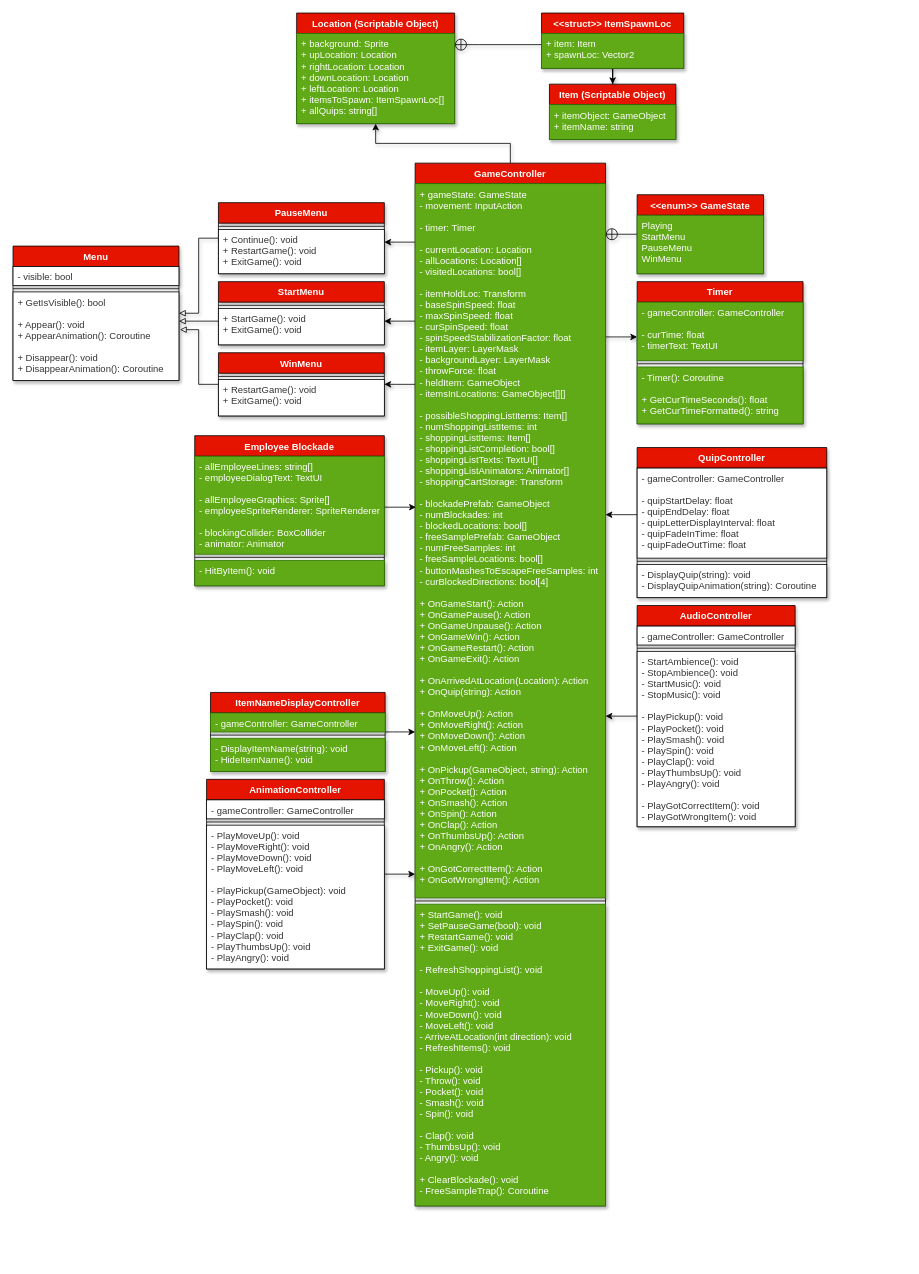
The draw.io diagram Trapped in Costco UML.drawio in BagelMaster5000/Trapped-In-Costco, before the edit. Source tidied: cells renumbered, new cells numbered last; positions are measured from the earlier drawing's top-left corner, leaving out a move shared by most shapes. Both pictures are drawn from the tidied source at 79%, with x=0, y=0 at pixel (13, 13).
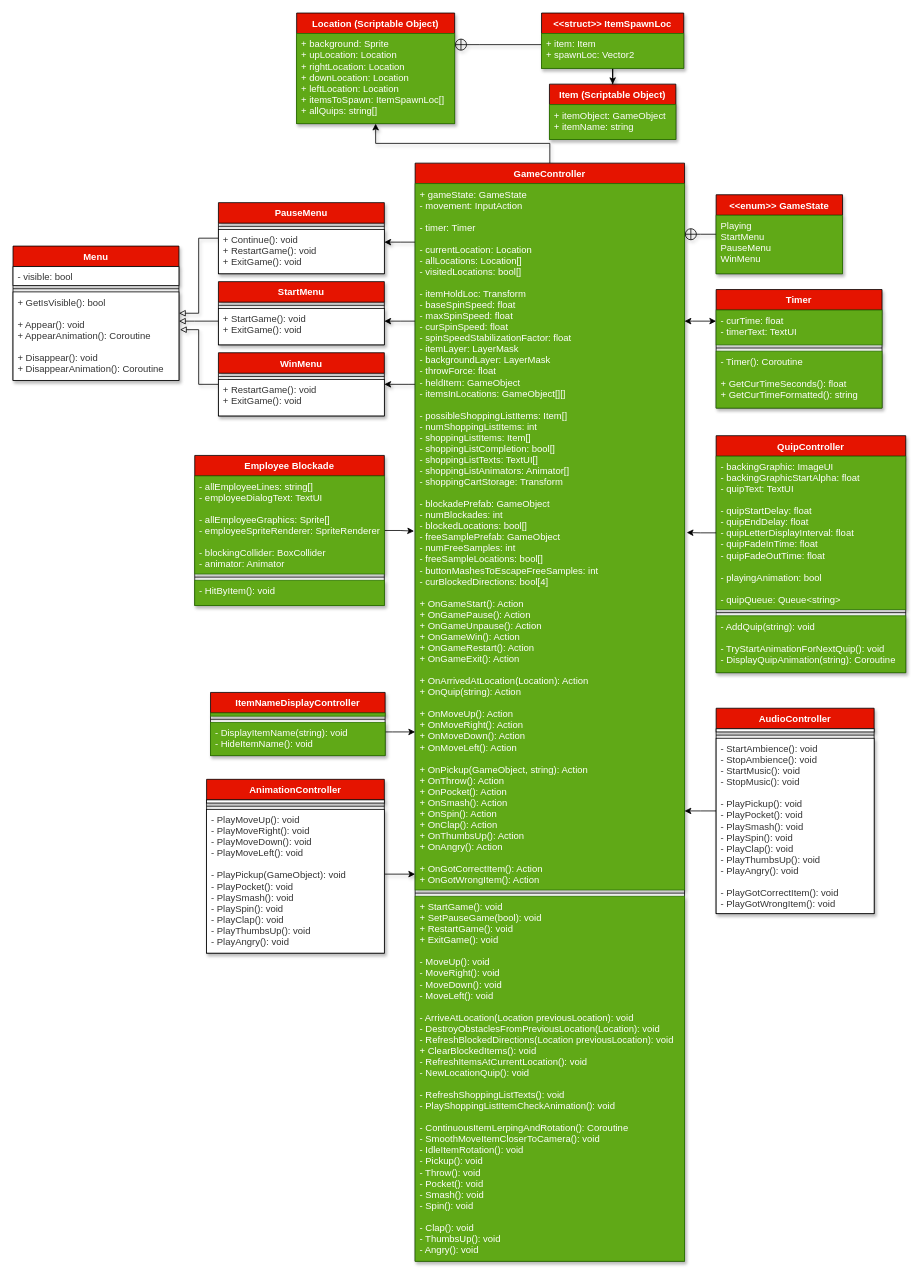
After the change.

Diff of the diagram source:
```diff
@@
-    <mxCell id="7" style="edgeStyle=orthogonalEdgeStyle;rounded=0;jettySize=auto;html=1;fillColor=#FFFFFF;labelBackgroundColor=none;labelBorderColor=none;shadow=1;" parent="1" edge="1" source="10" target="14">
-      <mxGeometry relative="1" as="geometry">
-        <Array as="points">
-          <mxPoint x="770" y="410" />
-          <mxPoint x="770" y="410" />
-        </Array>
-      </mxGeometry>
-    </mxCell>
     <mxCell id="8" style="edgeStyle=orthogonalEdgeStyle;rounded=0;jettySize=auto;html=1;endArrow=none;endFill=0;startArrow=circlePlus;startFill=0;fillColor=#FFFFFF;labelBackgroundColor=none;labelBorderColor=none;shadow=1;" parent="1" edge="1" source="10" target="46">
       <mxGeometry relative="1" as="geometry">
         <Array as="points">
-          <mxPoint x="770" y="280" />
-          <mxPoint x="770" y="280" />
+          <mxPoint x="870" y="280" />
+          <mxPoint x="870" y="280" />
         </Array>
       </mxGeometry>
     </mxCell>
@@
     <mxCell id="10" value="GameController" style="swimlane;fontStyle=1;align=center;verticalAlign=top;horizontal=1;startSize=26;fillColor=#e51400;labelBackgroundColor=none;labelBorderColor=none;shadow=1;fontColor=#ffffff;" parent="1" vertex="1">
-      <mxGeometry x="509" y="190" width="241" height="1320" as="geometry" />
+      <mxGeometry x="509" y="190" width="341" height="1390" as="geometry" />
     </mxCell>
     <mxCell id="11" value="+ gameState: GameState&#10;- movement: InputAction&#10;&#10;- timer: Timer&#10;&#10;- currentLocation: Location&#10;- allLocations: Location[]&#10;- visitedLocations: bool[]&#10;&#10;- itemHoldLoc: Transform&#10;- baseSpinSpeed: float&#10;- maxSpinSpeed: float&#10;- curSpinSpeed: float&#10;- spinSpeedStabilizationFactor: float&#10;- itemLayer: LayerMask&#10;- backgroundLayer: LayerMask&#10;- throwForce: float&#10;- heldItem: GameObject&#10;- itemsInLocations: GameObject[][]&#10;&#10;- possibleShoppingListItems: Item[]&#10;- numShoppingListItems: int&#10;- shoppingListItems: Item[]&#10;- shoppingListCompletion: bool[]&#10;- shoppingListTexts: TextUI[]&#10;- shoppingListAnimators: Animator[]&#10;- shoppingCartStorage: Transform&#10;&#10;- blockadePrefab: GameObject&#10;- numBlockades: int&#10;- blockedLocations: bool[]&#10;- freeSamplePrefab: GameObject&#10;- numFreeSamples: int&#10;- freeSampleLocations: bool[]&#10;- buttonMashesToEscapeFreeSamples: int&#10;- curBlockedDirections: bool[4]&#10;&#10;+ OnGameStart(): Action&#10;+ OnGamePause(): Action&#10;+ OnGameUnpause(): Action&#10;+ OnGameWin(): Action&#10;+ OnGameRestart(): Action&#10;+ OnGameExit(): Action&#10;&#10;+ OnArrivedAtLocation(Location): Action&#10;+ OnQuip(string): Action&#10;&#10;+ OnMoveUp(): Action&#10;+ OnMoveRight(): Action&#10;+ OnMoveDown(): Action&#10;+ OnMoveLeft(): Action&#10;&#10;+ OnPickup(GameObject, string): Action&#10;+ OnThrow(): Action&#10;+ OnPocket(): Action&#10;+ OnSmash(): Action&#10;+ OnSpin(): Action&#10;+ OnClap(): Action&#10;+ OnThumbsUp(): Action&#10;+ OnAngry(): Action&#10;&#10;+ OnGotCorrectItem(): Action&#10;+ OnGotWrongItem(): Action&#10;" style="text;align=left;verticalAlign=top;spacingLeft=4;spacingRight=4;overflow=hidden;points=[[0,0.5],[1,0.5]];portConstraint=eastwest;labelBackgroundColor=none;labelBorderColor=none;shadow=1;fillColor=#60a917;fontColor=#ffffff;strokeColor=#2D7600;" parent="10" vertex="1">
-      <mxGeometry y="26" width="241" height="904" as="geometry" />
+      <mxGeometry y="26" width="341" height="894" as="geometry" />
     </mxCell>
     <mxCell id="12" style="line;strokeWidth=1;align=left;verticalAlign=middle;spacingTop=-1;spacingLeft=3;spacingRight=3;labelPosition=right;fillColor=#FFFFFF;labelBackgroundColor=none;labelBorderColor=none;fontColor=#333333;shadow=1;" parent="10" vertex="1">
-      <mxGeometry y="930" width="241" height="8" as="geometry" />
+      <mxGeometry y="920" width="341" height="8" as="geometry" />
     </mxCell>
-    <mxCell id="13" value="+ StartGame(): void&#10;+ SetPauseGame(bool): void&#10;+ RestartGame(): void&#10;+ ExitGame(): void&#10;&#10;- RefreshShoppingList(): void&#10;&#10;- MoveUp(): void&#10;- MoveRight(): void&#10;- MoveDown(): void&#10;- MoveLeft(): void&#10;- ArriveAtLocation(int direction): void&#10;- RefreshItems(): void&#10;&#10;- Pickup(): void&#10;- Throw(): void&#10;- Pocket(): void&#10;- Smash(): void&#10;- Spin(): void&#10;&#10;- Clap(): void&#10;- ThumbsUp(): void&#10;- Angry(): void&#10;&#10;+ ClearBlockade(): void&#10;- FreeSampleTrap(): Coroutine" style="text;align=left;verticalAlign=top;spacingLeft=4;spacingRight=4;overflow=hidden;labelBackgroundColor=none;labelBorderColor=none;shadow=1;fillColor=#60a917;fontColor=#ffffff;strokeColor=#2D7600;" parent="10" vertex="1">
-      <mxGeometry y="938" width="241" height="382" as="geometry" />
+    <mxCell id="13" value="+ StartGame(): void&#10;+ SetPauseGame(bool): void&#10;+ RestartGame(): void&#10;+ ExitGame(): void&#10;&#10;- MoveUp(): void&#10;- MoveRight(): void&#10;- MoveDown(): void&#10;- MoveLeft(): void&#10;&#10;- ArriveAtLocation(Location previousLocation): void&#10;- DestroyObstaclesFromPreviousLocation(Location): void&#10;- RefreshBlockedDirections(Location previousLocation): void&#10;+ ClearBlockedItems(): void&#10;- RefreshItemsAtCurrentLocation(): void&#10;- NewLocationQuip(): void&#10;&#10;- RefreshShoppingListTexts(): void&#10;- PlayShoppingListItemCheckAnimation(): void&#10;&#10;- ContinuousItemLerpingAndRotation(): Coroutine&#10;- SmoothMoveItemCloserToCamera(): void&#10;- IdleItemRotation(): void&#10;- Pickup(): void&#10;- Throw(): void&#10;- Pocket(): void&#10;- Smash(): void&#10;- Spin(): void&#10;&#10;- Clap(): void&#10;- ThumbsUp(): void&#10;- Angry(): void" style="text;align=left;verticalAlign=top;spacingLeft=4;spacingRight=4;overflow=hidden;labelBackgroundColor=none;labelBorderColor=none;shadow=1;fillColor=#60a917;fontColor=#ffffff;strokeColor=#2D7600;" parent="10" vertex="1">
+      <mxGeometry y="928" width="341" height="462" as="geometry" />
     </mxCell>
     <mxCell id="14" value="Timer" style="swimlane;fontStyle=1;align=center;verticalAlign=top;horizontal=1;startSize=26;fillColor=#e51400;labelBackgroundColor=none;labelBorderColor=none;shadow=1;fontColor=#ffffff;" parent="1" vertex="1">
-      <mxGeometry x="790" y="340" width="210" height="180" as="geometry" />
+      <mxGeometry x="890" y="350" width="210" height="150" as="geometry" />
     </mxCell>
-    <mxCell id="15" value="- gameController: GameController&#10;&#10;- curTime: float&#10;- timerText: TextUI" style="text;align=left;verticalAlign=top;spacingLeft=4;spacingRight=4;overflow=hidden;points=[[0,0.5],[1,0.5]];portConstraint=eastwest;fillColor=#60a917;labelBackgroundColor=none;labelBorderColor=none;shadow=1;strokeColor=#2D7600;fontColor=#ffffff;" parent="14" vertex="1">
-      <mxGeometry y="26" width="210" height="74" as="geometry" />
+    <mxCell id="15" value="- curTime: float&#10;- timerText: TextUI" style="text;align=left;verticalAlign=top;spacingLeft=4;spacingRight=4;overflow=hidden;points=[[0,0.5],[1,0.5]];portConstraint=eastwest;fillColor=#60a917;labelBackgroundColor=none;labelBorderColor=none;shadow=1;strokeColor=#2D7600;fontColor=#ffffff;" parent="14" vertex="1">
+      <mxGeometry y="26" width="210" height="44" as="geometry" />
     </mxCell>
     <mxCell id="16" style="line;strokeWidth=1;align=left;verticalAlign=middle;spacingTop=-1;spacingLeft=3;spacingRight=3;labelPosition=right;fillColor=#FFFFFF;labelBackgroundColor=none;labelBorderColor=none;fontColor=#333333;shadow=1;" parent="14" vertex="1">
-      <mxGeometry y="100" width="210" height="8" as="geometry" />
+      <mxGeometry y="70" width="210" height="8" as="geometry" />
     </mxCell>
     <mxCell id="17" value="- Timer(): Coroutine&#10;&#10;+ GetCurTimeSeconds(): float&#10;+ GetCurTimeFormatted(): string" style="text;align=left;verticalAlign=top;spacingLeft=4;spacingRight=4;overflow=hidden;fillColor=#60a917;labelBackgroundColor=none;labelBorderColor=none;shadow=1;strokeColor=#2D7600;fontColor=#ffffff;" parent="14" vertex="1">
-      <mxGeometry y="108" width="210" height="72" as="geometry" />
+      <mxGeometry y="78" width="210" height="72" as="geometry" />
     </mxCell>
@@
-    <mxCell id="33" style="edgeStyle=orthogonalEdgeStyle;rounded=0;jettySize=auto;html=1;shadow=1;labelBackgroundColor=none;startArrow=none;startFill=0;endArrow=classic;endFill=1;fillColor=#FFFFFF;" parent="1" edge="1" source="34" target="10">
-      <mxGeometry relative="1" as="geometry">
-        <Array as="points">
-          <mxPoint x="760" y="890" />
-          <mxPoint x="760" y="890" />
-        </Array>
-      </mxGeometry>
-    </mxCell>
+    <mxCell id="67" style="edgeStyle=orthogonalEdgeStyle;rounded=0;jettySize=auto;html=1;startArrow=none;startFill=0;" parent="1" edge="1" source="34">
+      <mxGeometry relative="1" as="geometry">
+        <mxPoint x="850" y="1010" as="targetPoint" />
+      </mxGeometry>
+    </mxCell>
     <mxCell id="34" value="AudioController" style="swimlane;fontStyle=1;align=center;verticalAlign=top;horizontal=1;startSize=26;fillColor=#e51400;labelBackgroundColor=none;labelBorderColor=none;shadow=1;fontColor=#ffffff;" parent="1" vertex="1">
-      <mxGeometry x="790" y="750" width="200" height="280" as="geometry" />
+      <mxGeometry x="890" y="880" width="200" height="260" as="geometry" />
     </mxCell>
-    <mxCell id="35" value="- gameController: GameController" style="text;align=left;verticalAlign=top;spacingLeft=4;spacingRight=4;overflow=hidden;fillColor=#FFFFFF;labelBackgroundColor=none;labelBorderColor=none;fontColor=#333333;shadow=1;strokeColor=#000000;" parent="34" vertex="1">
-      <mxGeometry y="26" width="200" height="24" as="geometry" />
+    <mxCell id="35" style="text;align=left;verticalAlign=top;spacingLeft=4;spacingRight=4;overflow=hidden;fillColor=#FFFFFF;labelBackgroundColor=none;labelBorderColor=none;fontColor=#333333;shadow=1;strokeColor=#000000;" parent="34" vertex="1">
+      <mxGeometry y="26" width="200" height="4" as="geometry" />
     </mxCell>
     <mxCell id="36" style="line;strokeWidth=1;align=left;verticalAlign=middle;spacingTop=-1;spacingLeft=3;spacingRight=3;labelPosition=right;fillColor=#FFFFFF;labelBackgroundColor=none;labelBorderColor=none;fontColor=#333333;shadow=1;" parent="34" vertex="1">
-      <mxGeometry y="50" width="200" height="8" as="geometry" />
+      <mxGeometry y="30" width="200" height="8" as="geometry" />
     </mxCell>
     <mxCell id="37" value="- StartAmbience(): void&#10;- StopAmbience(): void&#10;- StartMusic(): void&#10;- StopMusic(): void&#10;&#10;- PlayPickup(): void&#10;- PlayPocket(): void&#10;- PlaySmash(): void&#10;- PlaySpin(): void&#10;- PlayClap(): void&#10;- PlayThumbsUp(): void&#10;- PlayAngry(): void&#10;&#10;- PlayGotCorrectItem(): void&#10;- PlayGotWrongItem(): void" style="text;align=left;verticalAlign=top;spacingLeft=4;spacingRight=4;overflow=hidden;fillColor=#FFFFFF;labelBackgroundColor=none;labelBorderColor=none;fontColor=#333333;shadow=1;strokeColor=#000000;" parent="34" vertex="1">
-      <mxGeometry y="58" width="200" height="222" as="geometry" />
+      <mxGeometry y="38" width="200" height="222" as="geometry" />
     </mxCell>
@@
     <mxCell id="39" value="AnimationController" style="swimlane;fontStyle=1;align=center;verticalAlign=top;horizontal=1;startSize=26;fillColor=#e51400;labelBackgroundColor=none;labelBorderColor=none;shadow=1;fontColor=#ffffff;" parent="1" vertex="1">
-      <mxGeometry x="245" y="970" width="225" height="240" as="geometry" />
+      <mxGeometry x="245" y="970" width="225" height="220" as="geometry" />
     </mxCell>
-    <mxCell id="40" value="- gameController: GameController" style="text;align=left;verticalAlign=top;spacingLeft=4;spacingRight=4;overflow=hidden;fillColor=#FFFFFF;labelBackgroundColor=none;labelBorderColor=none;fontColor=#333333;shadow=1;strokeColor=#000000;" parent="39" vertex="1">
-      <mxGeometry y="26" width="225" height="24" as="geometry" />
+    <mxCell id="40" style="text;align=left;verticalAlign=top;spacingLeft=4;spacingRight=4;overflow=hidden;fillColor=#FFFFFF;labelBackgroundColor=none;labelBorderColor=none;fontColor=#333333;shadow=1;strokeColor=#000000;" parent="39" vertex="1">
+      <mxGeometry y="26" width="225" height="4" as="geometry" />
     </mxCell>
     <mxCell id="41" style="line;strokeWidth=1;align=left;verticalAlign=middle;spacingTop=-1;spacingLeft=3;spacingRight=3;labelPosition=right;fillColor=#FFFFFF;labelBackgroundColor=none;labelBorderColor=none;fontColor=#333333;shadow=1;" parent="39" vertex="1">
-      <mxGeometry y="50" width="225" height="8" as="geometry" />
+      <mxGeometry y="30" width="225" height="8" as="geometry" />
     </mxCell>
     <mxCell id="42" value="- PlayMoveUp(): void&#10;- PlayMoveRight(): void&#10;- PlayMoveDown(): void&#10;- PlayMoveLeft(): void&#10;&#10;- PlayPickup(GameObject): void&#10;- PlayPocket(): void&#10;- PlaySmash(): void&#10;- PlaySpin(): void&#10;- PlayClap(): void&#10;- PlayThumbsUp(): void&#10;- PlayAngry(): void" style="text;align=left;verticalAlign=top;spacingLeft=4;spacingRight=4;overflow=hidden;fillColor=#FFFFFF;labelBackgroundColor=none;labelBorderColor=none;fontColor=#333333;shadow=1;strokeColor=#000000;" parent="39" vertex="1">
-      <mxGeometry y="58" width="225" height="182" as="geometry" />
+      <mxGeometry y="38" width="225" height="182" as="geometry" />
     </mxCell>
@@
     <mxCell id="46" value="&lt;&lt;enum&gt;&gt; GameState" style="swimlane;fontStyle=1;align=center;verticalAlign=top;horizontal=1;startSize=26;fillColor=#e51400;labelBackgroundColor=none;labelBorderColor=none;shadow=1;fontColor=#ffffff;" parent="1" vertex="1">
-      <mxGeometry x="790" y="230" width="160" height="100" as="geometry" />
+      <mxGeometry x="890" y="230" width="160" height="100" as="geometry" />
     </mxCell>
@@
-    <mxCell id="48" style="edgeStyle=orthogonalEdgeStyle;rounded=0;jettySize=auto;html=1;" parent="1" edge="1" source="49" target="10">
-      <mxGeometry relative="1" as="geometry">
-        <Array as="points">
-          <mxPoint x="760" y="635" />
-          <mxPoint x="760" y="635" />
-        </Array>
-      </mxGeometry>
-    </mxCell>
     <mxCell id="49" value="QuipController" style="swimlane;fontStyle=1;align=center;verticalAlign=top;horizontal=1;startSize=26;fillColor=#e51400;labelBackgroundColor=none;labelBorderColor=none;shadow=1;fontColor=#ffffff;" parent="1" vertex="1">
-      <mxGeometry x="790" y="550" width="240" height="190" as="geometry" />
+      <mxGeometry x="890" y="535" width="240" height="300" as="geometry" />
     </mxCell>
-    <mxCell id="50" value="- gameController: GameController&#10;&#10;- quipStartDelay: float&#10;- quipEndDelay: float&#10;- quipLetterDisplayInterval: float&#10;- quipFadeInTime: float&#10;- quipFadeOutTime: float" style="text;align=left;verticalAlign=top;spacingLeft=4;spacingRight=4;overflow=hidden;points=[[0,0.5],[1,0.5]];portConstraint=eastwest;fillColor=#FFFFFF;labelBackgroundColor=none;labelBorderColor=none;fontColor=#333333;shadow=1;strokeColor=#000000;" parent="49" vertex="1">
-      <mxGeometry y="26" width="240" height="114" as="geometry" />
+    <mxCell id="50" value="- backingGraphic: ImageUI&#10;- backingGraphicStartAlpha: float&#10;- quipText: TextUI&#10;&#10;- quipStartDelay: float&#10;- quipEndDelay: float&#10;- quipLetterDisplayInterval: float&#10;- quipFadeInTime: float&#10;- quipFadeOutTime: float&#10;&#10;- playingAnimation: bool&#10;&#10;- quipQueue: Queue&lt;string&gt;" style="text;align=left;verticalAlign=top;spacingLeft=4;spacingRight=4;overflow=hidden;points=[[0,0.5],[1,0.5]];portConstraint=eastwest;fillColor=#60a917;labelBackgroundColor=none;labelBorderColor=none;fontColor=#ffffff;shadow=1;strokeColor=#2D7600;" parent="49" vertex="1">
+      <mxGeometry y="26" width="240" height="194" as="geometry" />
     </mxCell>
     <mxCell id="51" style="line;strokeWidth=1;align=left;verticalAlign=middle;spacingTop=-1;spacingLeft=3;spacingRight=3;labelPosition=right;fillColor=#FFFFFF;labelBackgroundColor=none;labelBorderColor=none;fontColor=#333333;shadow=1;" parent="49" vertex="1">
-      <mxGeometry y="140" width="240" height="8" as="geometry" />
+      <mxGeometry y="220" width="240" height="8" as="geometry" />
     </mxCell>
-    <mxCell id="52" value="- DisplayQuip(string): void&#10;- DisplayQuipAnimation(string): Coroutine" style="text;align=left;verticalAlign=top;spacingLeft=4;spacingRight=4;overflow=hidden;fillColor=#FFFFFF;labelBackgroundColor=none;labelBorderColor=none;fontColor=#333333;shadow=1;strokeColor=#000000;" parent="49" vertex="1">
-      <mxGeometry y="148" width="240" height="42" as="geometry" />
+    <mxCell id="52" value="- AddQuip(string): void&#10;&#10;- TryStartAnimationForNextQuip(): void&#10;- DisplayQuipAnimation(string): Coroutine" style="text;align=left;verticalAlign=top;spacingLeft=4;spacingRight=4;overflow=hidden;fillColor=#60a917;labelBackgroundColor=none;labelBorderColor=none;fontColor=#ffffff;shadow=1;strokeColor=#2D7600;" parent="49" vertex="1">
+      <mxGeometry y="228" width="240" height="72" as="geometry" />
     </mxCell>
@@
     <mxCell id="58" value="ItemNameDisplayController" style="swimlane;fontStyle=1;align=center;verticalAlign=top;horizontal=1;startSize=26;fillColor=#e51400;labelBackgroundColor=none;labelBorderColor=none;shadow=1;fontColor=#ffffff;" parent="1" vertex="1">
-      <mxGeometry x="250" y="860" width="221" height="100" as="geometry" />
+      <mxGeometry x="250" y="860" width="221" height="80" as="geometry" />
     </mxCell>
-    <mxCell id="59" value="- gameController: GameController" style="text;align=left;verticalAlign=top;spacingLeft=4;spacingRight=4;overflow=hidden;fillColor=#60a917;labelBackgroundColor=none;labelBorderColor=none;fontColor=#ffffff;shadow=1;strokeColor=#2D7600;" parent="58" vertex="1">
-      <mxGeometry y="26" width="221" height="24" as="geometry" />
+    <mxCell id="59" style="text;align=left;verticalAlign=top;spacingLeft=4;spacingRight=4;overflow=hidden;fillColor=#60a917;labelBackgroundColor=none;labelBorderColor=none;fontColor=#ffffff;shadow=1;strokeColor=#2D7600;" parent="58" vertex="1">
+      <mxGeometry y="26" width="221" height="4" as="geometry" />
     </mxCell>
     <mxCell id="60" style="line;strokeWidth=1;align=left;verticalAlign=middle;spacingTop=-1;spacingLeft=3;spacingRight=3;labelPosition=right;fillColor=#FFFFFF;labelBackgroundColor=none;labelBorderColor=none;fontColor=#333333;shadow=1;" parent="58" vertex="1">
-      <mxGeometry y="50" width="221" height="8" as="geometry" />
+      <mxGeometry y="30" width="221" height="8" as="geometry" />
     </mxCell>
     <mxCell id="61" value="- DisplayItemName(string): void&#10;- HideItemName(): void" style="text;align=left;verticalAlign=top;spacingLeft=4;spacingRight=4;overflow=hidden;fillColor=#60a917;labelBackgroundColor=none;labelBorderColor=none;fontColor=#ffffff;shadow=1;strokeColor=#2D7600;" parent="58" vertex="1">
-      <mxGeometry y="58" width="221" height="42" as="geometry" />
+      <mxGeometry y="38" width="221" height="42" as="geometry" />
     </mxCell>
-    <mxCell id="62" style="edgeStyle=orthogonalEdgeStyle;rounded=0;jettySize=auto;html=1;entryX=0.004;entryY=0.453;entryDx=0;entryDy=0;entryPerimeter=0;" parent="1" edge="1" source="63" target="11">
-      <mxGeometry relative="1" as="geometry">
-        <Array as="points">
-          <mxPoint x="490" y="626" />
-        </Array>
-      </mxGeometry>
+    <mxCell id="62" style="edgeStyle=orthogonalEdgeStyle;rounded=0;jettySize=auto;html=1;entryX=-0.004;entryY=0.492;entryDx=0;entryDy=0;entryPerimeter=0;" parent="1" edge="1" source="63" target="11">
+      <mxGeometry relative="1" as="geometry" />
     </mxCell>
     <mxCell id="63" value="Employee Blockade" style="swimlane;fontStyle=1;align=center;verticalAlign=top;horizontal=1;startSize=26;fillColor=#e51400;labelBackgroundColor=none;labelBorderColor=none;shadow=1;fontColor=#ffffff;" parent="1" vertex="1">
-      <mxGeometry x="230" y="535" width="240" height="190" as="geometry" />
+      <mxGeometry x="230" y="560" width="240" height="190" as="geometry" />
     </mxCell>
@@
+    <mxCell id="68" style="edgeStyle=orthogonalEdgeStyle;rounded=0;jettySize=auto;html=1;entryX=0;entryY=0.318;entryDx=0;entryDy=0;entryPerimeter=0;startArrow=classic;startFill=1;" parent="1" edge="1" source="11" target="15">
+      <mxGeometry relative="1" as="geometry">
+        <Array as="points">
+          <mxPoint x="860" y="390" />
+          <mxPoint x="860" y="390" />
+        </Array>
+      </mxGeometry>
+    </mxCell>
+    <mxCell id="69" style="edgeStyle=orthogonalEdgeStyle;rounded=0;jettySize=auto;html=1;entryX=1.008;entryY=0.494;entryDx=0;entryDy=0;entryPerimeter=0;startArrow=none;startFill=0;" parent="1" edge="1" source="50" target="11">
+      <mxGeometry relative="1" as="geometry" />
+    </mxCell>
```
